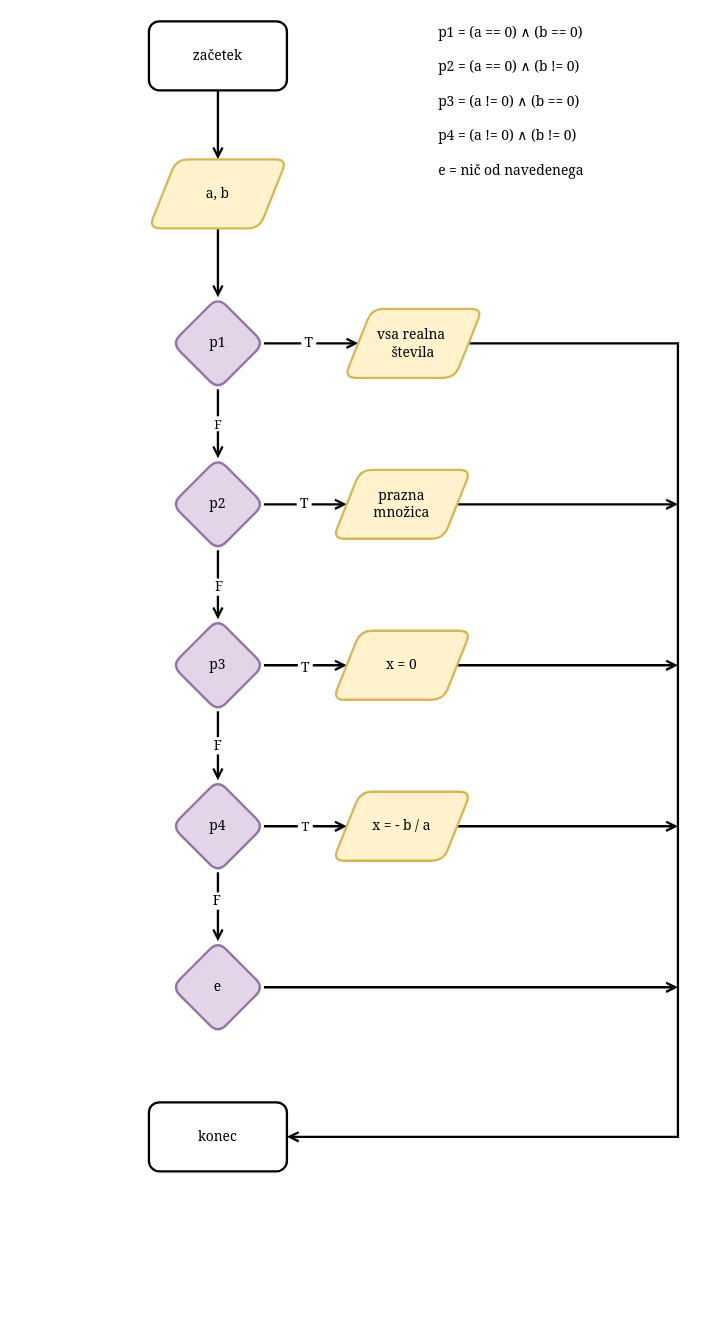
Earlier version of the draw.io diagram pythonVaje/Diagram poteka reševanja linearne enačbe.drawio (kreativnost-v-kodiranju/python). Source tidied: cells renumbered, new cells numbered last; positions are measured from the earlier drawing's top-left corner, leaving out a move shared by most shapes. Both pictures are drawn from the tidied source at 115%, with x=0, y=0 at pixel (148, 21).
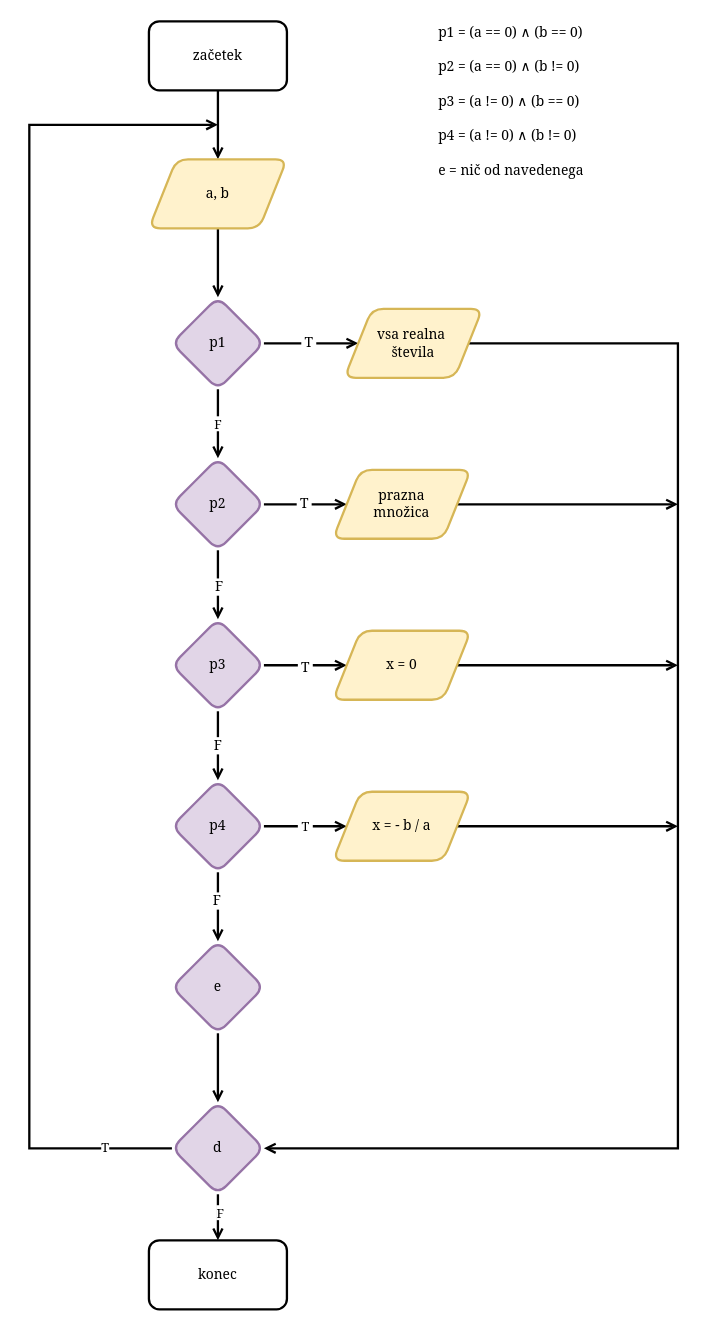
The same diagram, later.

The change refers to these unchanged cells:
```xml
<mxCell id="25" value="vsa realna&amp;nbsp;&lt;br&gt;števila" style="shape=parallelogram;perimeter=parallelogramPerimeter;whiteSpace=wrap;html=1;strokeWidth=2;fontFamily=Georgia;fillColor=#fff2cc;strokeColor=#d6b656;rounded=1;" parent="1" vertex="1">
  <mxGeometry x="170" y="250" width="120" height="60" as="geometry" />
</mxCell>
<mxCell id="34" value="e" style="rhombus;whiteSpace=wrap;html=1;rounded=1;strokeWidth=2;fontFamily=Georgia;fillColor=#e1d5e7;strokeColor=#9673a6;" parent="1" vertex="1">
  <mxGeometry x="20" y="800" width="80" height="80" as="geometry" />
</mxCell>
```

Diff of the diagram source:
```diff
@@
-    <mxCell id="24" style="edgeStyle=orthogonalEdgeStyle;rounded=0;jettySize=auto;html=1;endArrow=open;endFill=0;strokeWidth=2;fontFamily=Georgia;entryX=1;entryY=0.5;entryDx=0;entryDy=0;" parent="1" edge="1" source="25" target="32">
+    <mxCell id="24" style="edgeStyle=orthogonalEdgeStyle;rounded=0;jettySize=auto;html=1;endArrow=open;endFill=0;strokeWidth=2;fontFamily=Georgia;entryX=1;entryY=0.5;entryDx=0;entryDy=0;" parent="1" edge="1" source="25" target="45">
       <mxGeometry relative="1" as="geometry">
         <Array as="points">
           <mxPoint x="460" y="280" />
-          <mxPoint x="460" y="970" />
+          <mxPoint x="460" y="980" />
         </Array>
       </mxGeometry>
     </mxCell>
@@
     <mxCell id="32" value="konec" style="rounded=1;whiteSpace=wrap;html=1;fontFamily=Georgia;strokeWidth=2;" parent="1" vertex="1">
-      <mxGeometry y="940" width="120" height="60" as="geometry" />
+      <mxGeometry y="1060" width="120" height="60" as="geometry" />
     </mxCell>
-    <mxCell id="33" style="edgeStyle=orthogonalEdgeStyle;rounded=0;jettySize=auto;html=1;endArrow=open;endFill=0;strokeWidth=2;fontFamily=Georgia;" parent="1" edge="1" source="34">
-      <mxGeometry relative="1" as="geometry">
-        <mxPoint x="460" y="840" as="targetPoint" />
-      </mxGeometry>
-    </mxCell>
+    <mxCell id="40" style="edgeStyle=orthogonalEdgeStyle;rounded=0;jettySize=auto;html=1;entryX=0.5;entryY=0;entryDx=0;entryDy=0;endArrow=open;endFill=0;strokeWidth=2;" parent="1" edge="1" source="34" target="45">
+      <mxGeometry relative="1" as="geometry" />
+    </mxCell>
@@
+    <mxCell id="41" style="edgeStyle=orthogonalEdgeStyle;rounded=0;jettySize=auto;html=1;entryX=0.5;entryY=0;entryDx=0;entryDy=0;strokeWidth=2;endArrow=open;endFill=0;" parent="1" edge="1" source="45" target="32">
+      <mxGeometry relative="1" as="geometry" />
+    </mxCell>
+    <mxCell id="42" value="F" style="edgeLabel;html=1;align=center;verticalAlign=middle;fontFamily=Georgia;" parent="41" vertex="1">
+      <mxGeometry x="-0.26" y="1" relative="1" as="geometry" />
+    </mxCell>
+    <mxCell id="43" style="edgeStyle=orthogonalEdgeStyle;rounded=0;jettySize=auto;html=1;exitX=0;exitY=0.5;exitDx=0;exitDy=0;endArrow=open;endFill=0;strokeWidth=2;" parent="1" edge="1" source="45">
+      <mxGeometry relative="1" as="geometry">
+        <mxPoint x="60" y="90" as="targetPoint" />
+        <Array as="points">
+          <mxPoint x="-104" y="980" />
+          <mxPoint x="-104" y="90" />
+        </Array>
+      </mxGeometry>
+    </mxCell>
+    <mxCell id="44" value="T" style="edgeLabel;html=1;align=center;verticalAlign=middle;fontFamily=Georgia;" parent="43" vertex="1">
+      <mxGeometry x="-0.9" y="-2" relative="1" as="geometry" />
+    </mxCell>
+    <mxCell id="45" value="d" style="rhombus;whiteSpace=wrap;html=1;rounded=1;strokeWidth=2;fontFamily=Georgia;fillColor=#e1d5e7;strokeColor=#9673a6;" parent="1" vertex="1">
+      <mxGeometry x="20" y="940" width="80" height="80" as="geometry" />
+    </mxCell>
```
